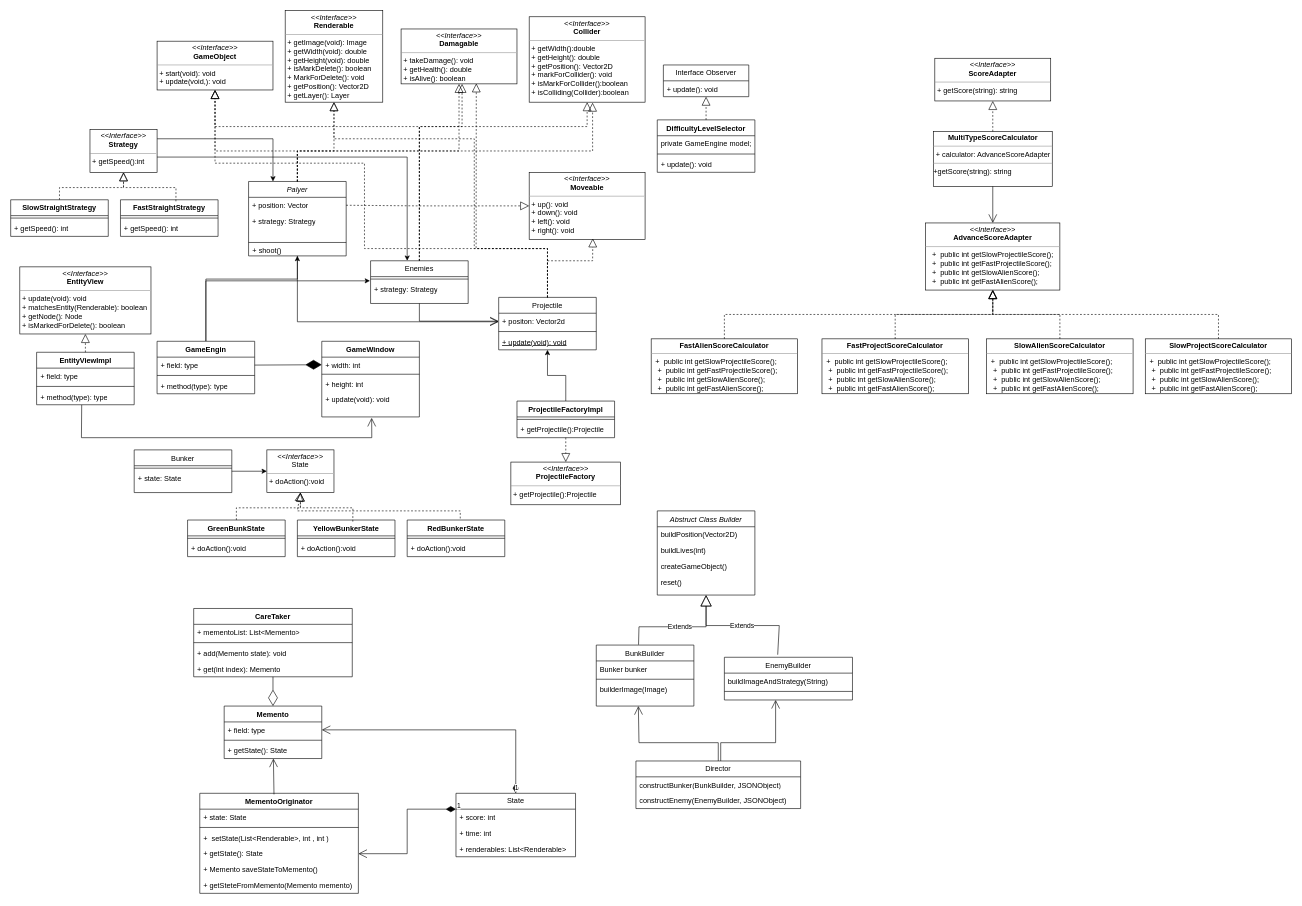
hayden-pzhou/drawioChart keeps this draw.io diagram as space.drawio. Above is the earlier version. Source tidied: cells renumbered, new cells numbered last; positions are measured from the earlier drawing's top-left corner, leaving out a move shared by most shapes. Both pictures are drawn from the tidied source at 61%, with x=0, y=0 at pixel (10, 10).
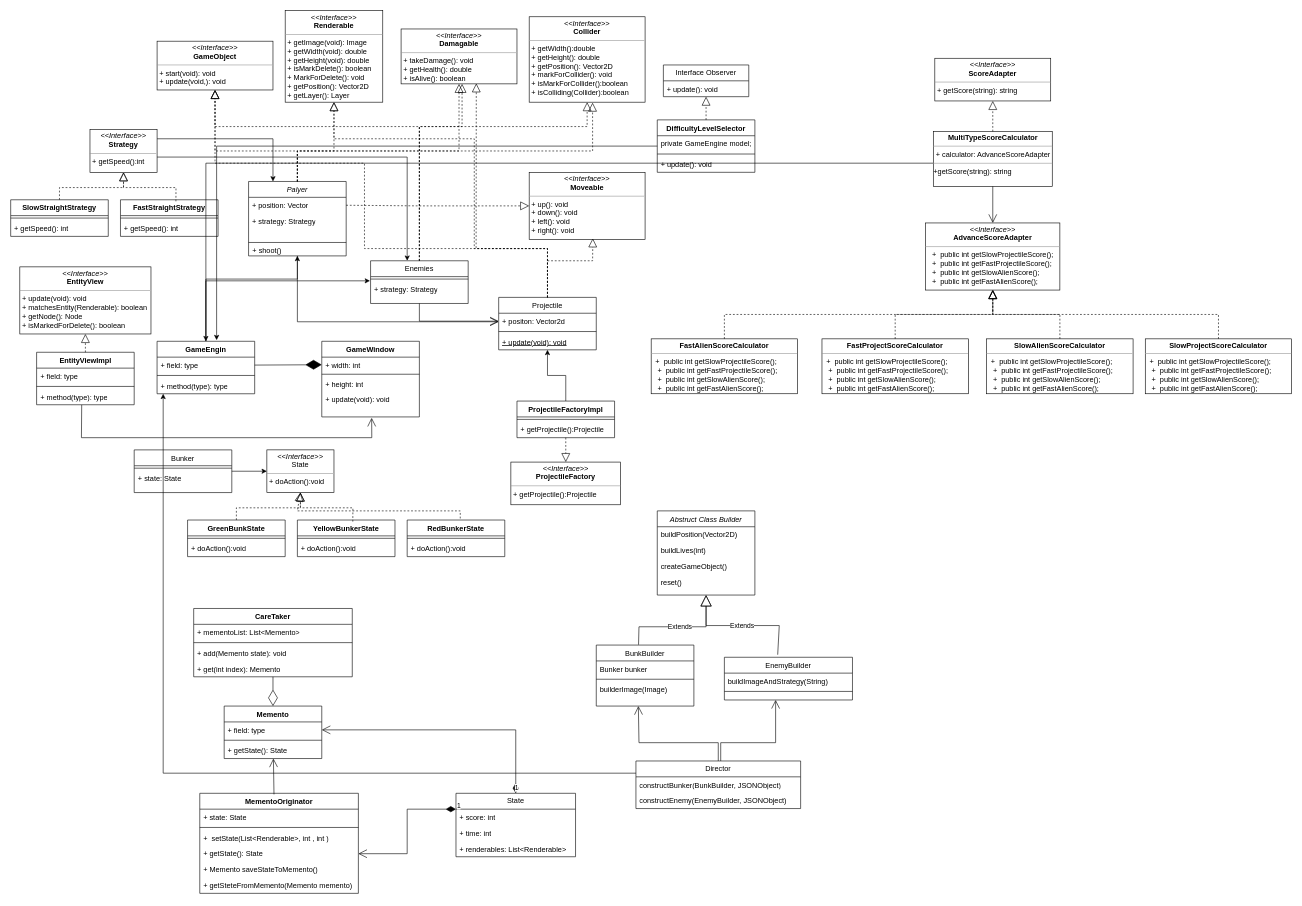
Above is the later version.

Unchanged cells that the change refers to:
```xml
<mxCell id="43" value="GameEngin" style="swimlane;fontStyle=1;align=center;verticalAlign=top;horizontal=1;startSize=26;whiteSpace=wrap;html=1;" parent="1" vertex="1">
  <mxGeometry x="240" y="542" width="160" height="86" as="geometry" />
</mxCell>
<mxCell id="96" value="&lt;p style=&quot;margin:0px;margin-top:4px;text-align:center;&quot;&gt;&lt;b&gt;MultiTypeScoreCalculator&lt;/b&gt;&lt;br&gt;&lt;/p&gt;&lt;hr size=&quot;1&quot;&gt;&lt;p style=&quot;margin:0px;margin-left:4px;&quot;&gt;+ calculator: AdvanceScoreAdapter&lt;/p&gt;&lt;hr size=&quot;1&quot;&gt;&lt;p style=&quot;margin:0px;margin-left:4px;&quot;&gt;&lt;/p&gt;+getScore(string): string" style="verticalAlign=top;align=left;overflow=fill;fontSize=12;fontFamily=Helvetica;html=1;whiteSpace=wrap;" parent="1" vertex="1">
  <mxGeometry x="1512.5" y="198" width="195" height="90" as="geometry" />
</mxCell>
<mxCell id="101" value="DifficultyLevelSelector" style="swimlane;fontStyle=1;align=center;verticalAlign=top;horizontal=1;startSize=26;whiteSpace=wrap;html=1;" parent="1" vertex="1">
  <mxGeometry x="1060" y="179" width="160" height="86" as="geometry" />
</mxCell>
<mxCell id="120" value="Director" style="swimlane;fontStyle=0;horizontal=1;startSize=26;fillColor=none;whiteSpace=wrap;html=1;" parent="1" vertex="1">
  <mxGeometry x="1025" y="1230" width="270" height="78" as="geometry" />
</mxCell>
```

Change to the diagram source:
```diff
@@
+    <mxCell id="149" style="edgeStyle=orthogonalEdgeStyle;rounded=0;jettySize=auto;html=1;entryX=0.5;entryY=0;entryDx=0;entryDy=0;" parent="1" edge="1" source="96" target="43">
+      <mxGeometry relative="1" as="geometry">
+        <Array as="points">
+          <mxPoint x="320" y="250" />
+        </Array>
+      </mxGeometry>
+    </mxCell>
@@
+    <mxCell id="150" style="edgeStyle=orthogonalEdgeStyle;rounded=0;jettySize=auto;html=1;" parent="1" edge="1" source="120" target="43">
+      <mxGeometry relative="1" as="geometry">
+        <Array as="points">
+          <mxPoint x="250" y="1250" />
+        </Array>
+      </mxGeometry>
+    </mxCell>
@@
+    <mxCell id="151" style="edgeStyle=orthogonalEdgeStyle;rounded=0;jettySize=auto;html=1;entryX=0.61;entryY=-0.022;entryDx=0;entryDy=0;entryPerimeter=0;" parent="1" edge="1" source="101" target="43">
+      <mxGeometry relative="1" as="geometry" />
+    </mxCell>
```
